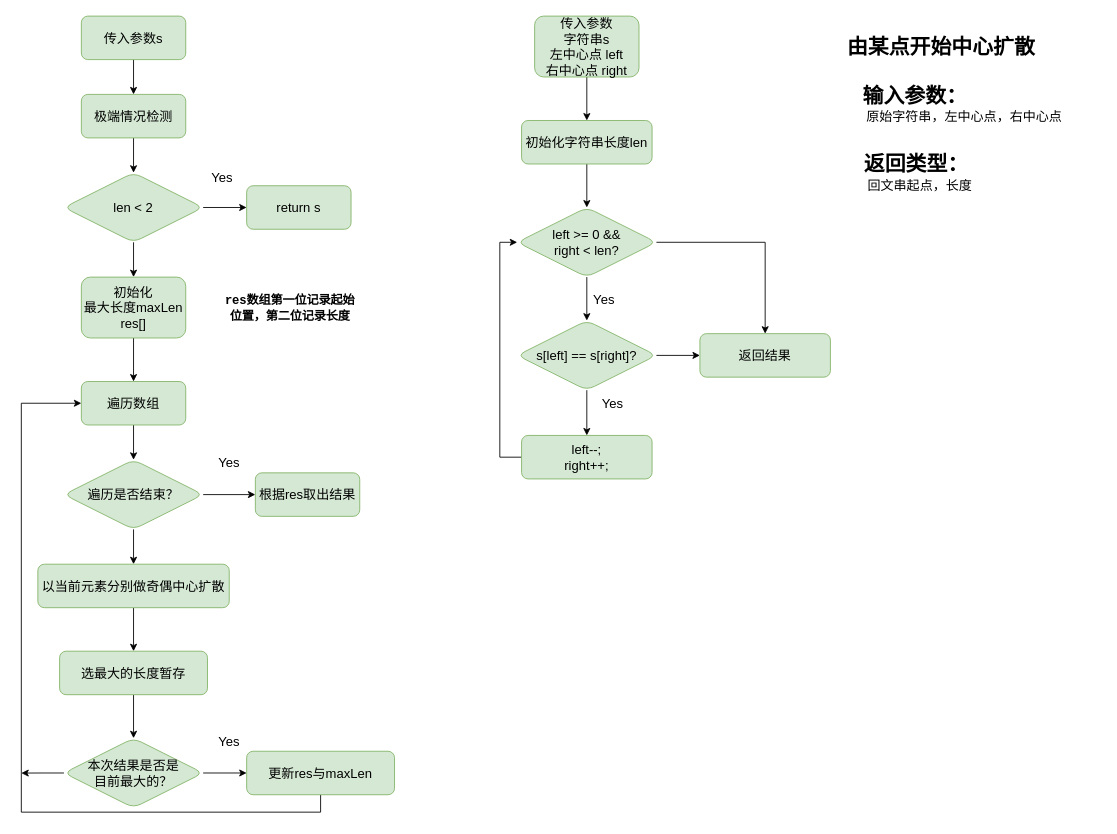
Before: page "最长回文子串" (4 of 4) of 20220506.drawio in HonyoLAN/telmy, a draw.io diagram. Source tidied: cells renumbered, new cells numbered last; positions are measured from the earlier drawing's top-left corner, leaving out a move shared by most shapes. Both pictures are drawn from the tidied source at 87%, with x=0, y=0 at pixel (21, 16).
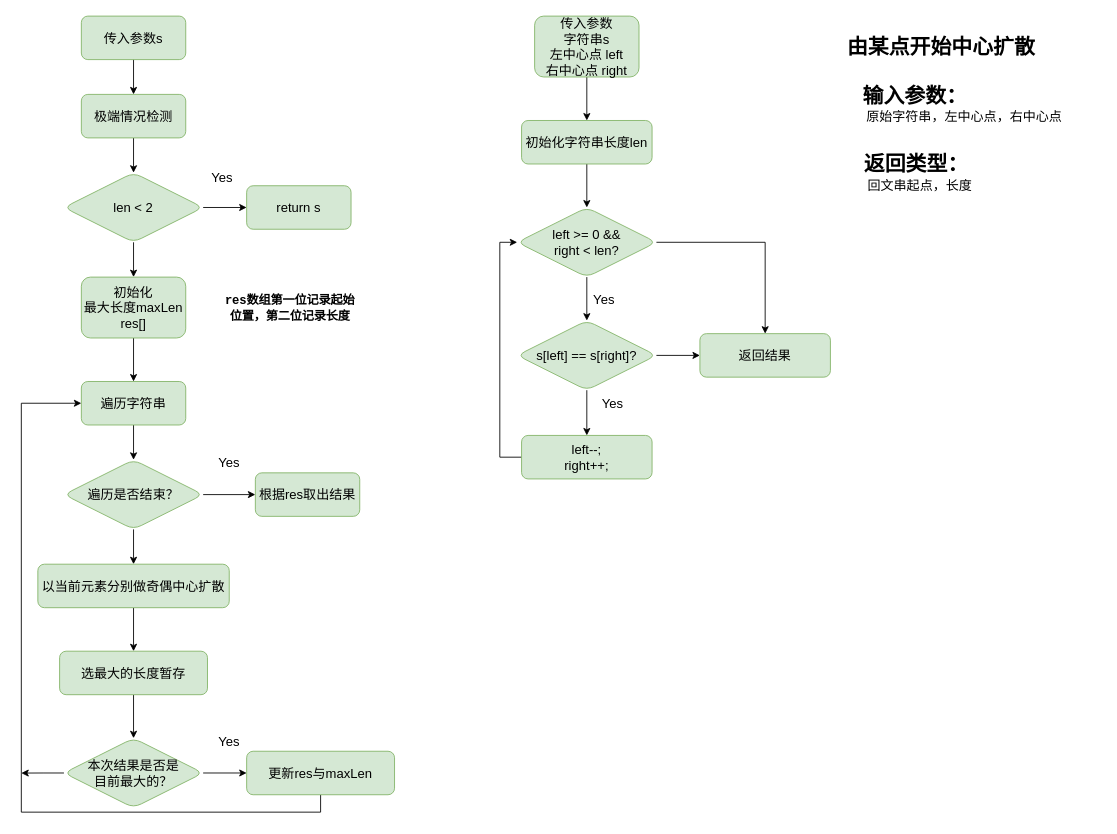
The same diagram, later.

Change to the diagram source:
```diff
@@
-    <mxCell id="14" value="遍历数组" style="rounded=1;whiteSpace=wrap;html=1;fontSize=15;fillColor=#d5e8d4;strokeColor=#82b366;" parent="1" vertex="1">
+    <mxCell id="14" value="遍历字符串" style="rounded=1;whiteSpace=wrap;html=1;fontSize=15;fillColor=#d5e8d4;strokeColor=#82b366;" parent="1" vertex="1">
       <mxGeometry x="69" y="420" width="120" height="50" as="geometry" />
     </mxCell>
```
